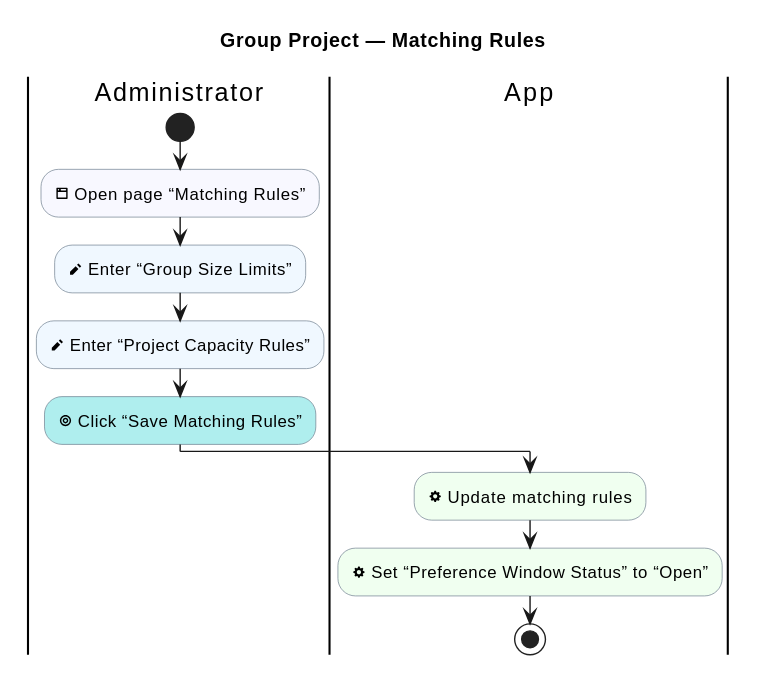
Before: industrial-placement-group-project/diagrams/group-project/matching-configuration.svg, a diagram exported from PlantUML (sdflkjssl/sdflkjssl.github.io).
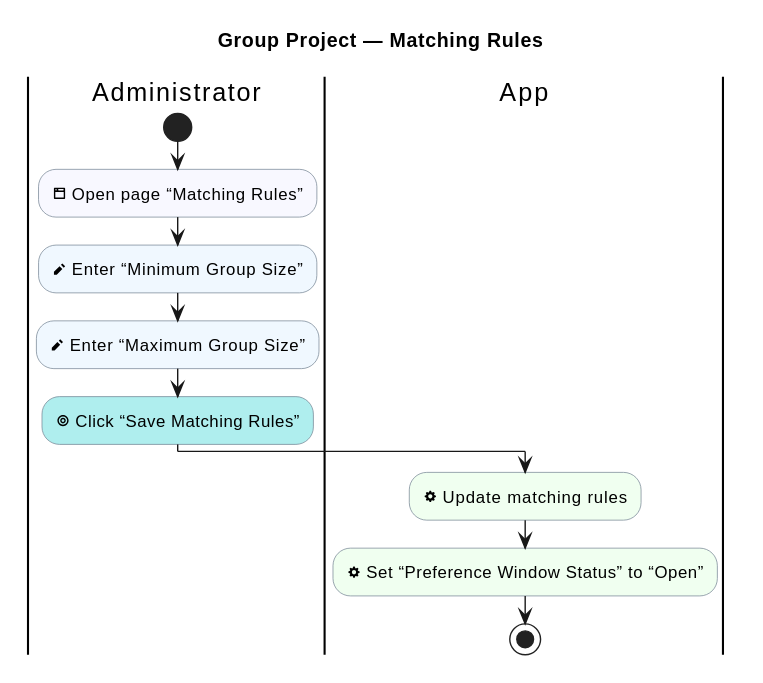
After the change.

Change to the diagram source:
```diff
@@ -13,8 +13,8 @@
 |Administrator|
 start
 :<&browser> Open page “Matching Rules”; <<#GhostWhite>>
-:<&pencil> Enter “Group Size Limits”; <<#AliceBlue>>
-:<&pencil> Enter “Project Capacity Rules”; <<#AliceBlue>>
+:<&pencil> Enter “Minimum Group Size”; <<#AliceBlue>>
+:<&pencil> Enter “Maximum Group Size”; <<#AliceBlue>>
 :<&target> Click “Save Matching Rules”; <<#PaleTurquoise>>
 |App|
 :<&cog> Update matching rules; <<#HoneyDew>>
```
